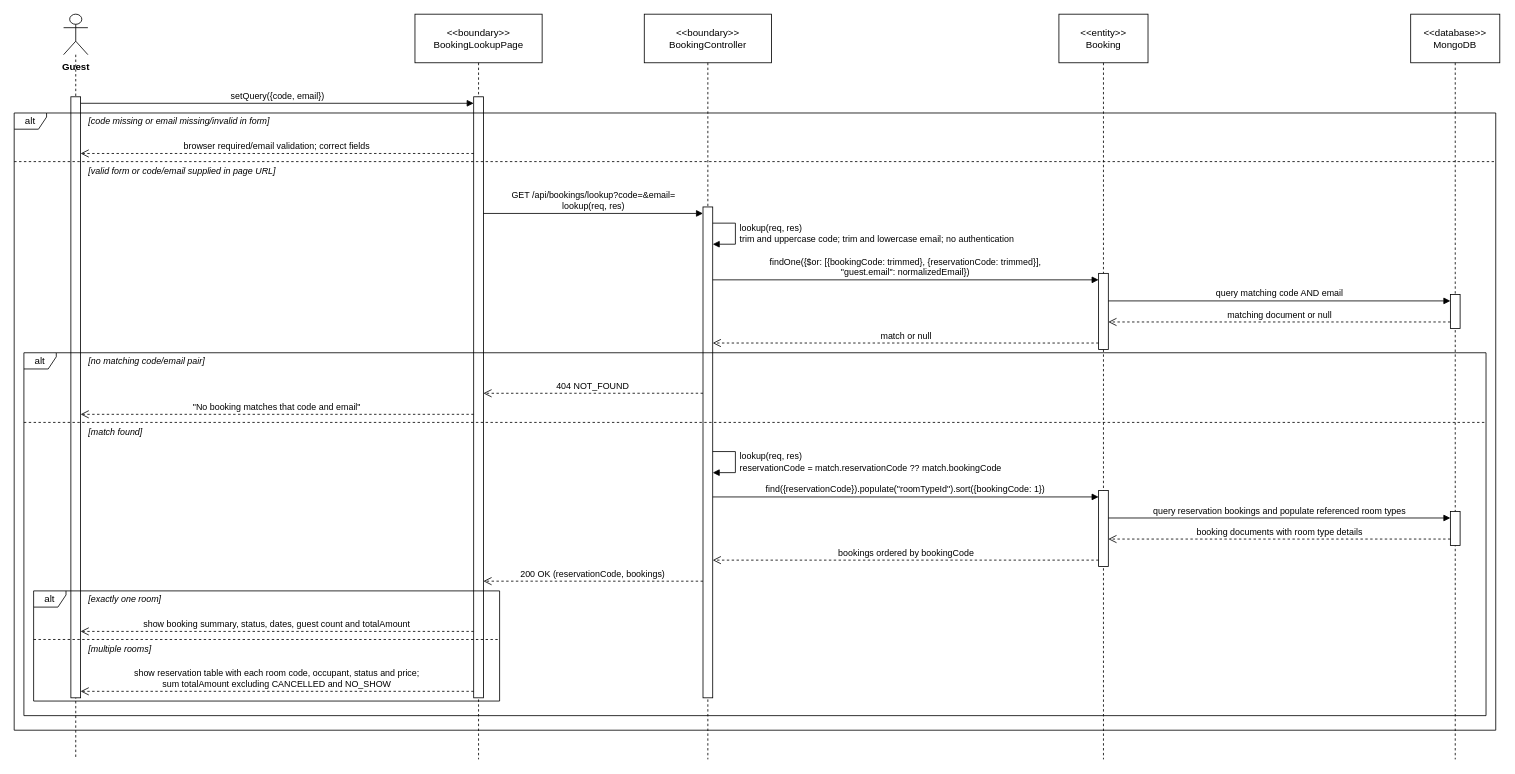
Before: final/diagrams/M3_Booking-And-Customer_Diagrams/sequence_diagrams/SD-12_UC-G13_CheckBookingStatus.drawio in toikobi401/SWD392, a draw.io diagram. Source tidied: cells renumbered, new cells numbered last; positions are measured from the earlier drawing's top-left corner, leaving out a move shared by most shapes. Both pictures are drawn from the tidied source at 81%, with x=0, y=0 at pixel (14, 14).
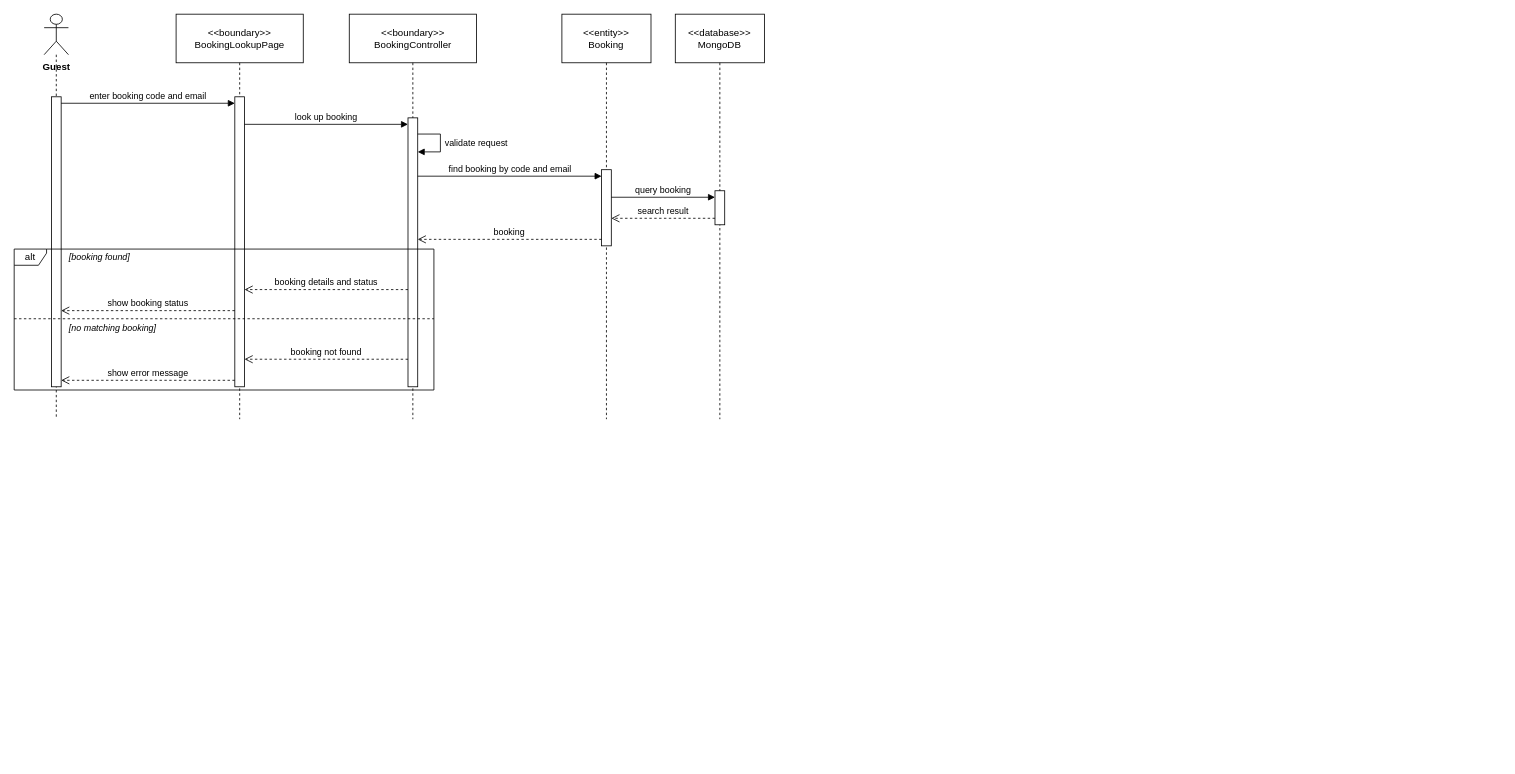
The same diagram, later.

What changed in the source:
```diff
@@
     <mxCell id="2" value="Guest" style="shape=umlLifeline;participant=umlActor;perimeter=lifelinePerimeter;whiteSpace=nowrap;html=1;verticalAlign=top;spacingTop=52;size=50;fontStyle=1;" parent="1" vertex="1">
-      <mxGeometry x="61" width="30" height="920" as="geometry" />
+      <mxGeometry x="37" width="30" height="500" as="geometry" />
     </mxCell>
     <mxCell id="3" value="&amp;lt;&amp;lt;boundary&amp;gt;&amp;gt;&lt;br&gt;BookingLookupPage" style="shape=umlLifeline;perimeter=lifelinePerimeter;whiteSpace=wrap;html=1;size=60;" parent="1" vertex="1">
-      <mxGeometry x="494.8" width="157" height="920" as="geometry" />
+      <mxGeometry x="199.9" width="157" height="500" as="geometry" />
     </mxCell>
     <mxCell id="4" value="&amp;lt;&amp;lt;boundary&amp;gt;&amp;gt;&lt;br&gt;BookingController" style="shape=umlLifeline;perimeter=lifelinePerimeter;whiteSpace=wrap;html=1;size=60;" parent="1" vertex="1">
-      <mxGeometry x="777.9" width="157" height="920" as="geometry" />
+      <mxGeometry x="413.7" width="157" height="500" as="geometry" />
     </mxCell>
     <mxCell id="5" value="&amp;lt;&amp;lt;entity&amp;gt;&amp;gt;&lt;br&gt;Booking" style="shape=umlLifeline;perimeter=lifelinePerimeter;whiteSpace=wrap;html=1;size=60;" parent="1" vertex="1">
-      <mxGeometry x="1289.8" width="110" height="920" as="geometry" />
+      <mxGeometry x="676.2" width="110" height="500" as="geometry" />
     </mxCell>
     <mxCell id="6" value="&amp;lt;&amp;lt;database&amp;gt;&amp;gt;&lt;br&gt;MongoDB" style="shape=umlLifeline;perimeter=lifelinePerimeter;whiteSpace=wrap;html=1;size=60;" parent="1" vertex="1">
-      <mxGeometry x="1724.1" width="110" height="920" as="geometry" />
+      <mxGeometry x="816.2" width="110" height="500" as="geometry" />
     </mxCell>
     <mxCell id="7" style="html=1;points=[];perimeter=orthogonalPerimeter;outlineConnect=0;targetShapes=umlLifeline;portConstraint=eastwest;" parent="6" vertex="1">
-      <mxGeometry x="49" y="346" width="12" height="42" as="geometry" />
+      <mxGeometry x="49" y="218" width="12" height="42" as="geometry" />
     </mxCell>
     <mxCell id="8" style="html=1;points=[];perimeter=orthogonalPerimeter;outlineConnect=0;targetShapes=umlLifeline;portConstraint=eastwest;" parent="5" vertex="1">
-      <mxGeometry x="49" y="320" width="12" height="94" as="geometry" />
+      <mxGeometry x="49" y="192" width="12" height="94" as="geometry" />
     </mxCell>
-    <mxCell id="9" style="html=1;points=[];perimeter=orthogonalPerimeter;outlineConnect=0;targetShapes=umlLifeline;portConstraint=eastwest;" parent="6" vertex="1">
-      <mxGeometry x="49" y="614" width="12" height="42" as="geometry" />
-    </mxCell>
-    <mxCell id="10" style="html=1;points=[];perimeter=orthogonalPerimeter;outlineConnect=0;targetShapes=umlLifeline;portConstraint=eastwest;" parent="5" vertex="1">
-      <mxGeometry x="49" y="588" width="12" height="94" as="geometry" />
-    </mxCell>
-    <mxCell id="11" style="html=1;points=[];perimeter=orthogonalPerimeter;outlineConnect=0;targetShapes=umlLifeline;portConstraint=eastwest;" parent="4" vertex="1">
-      <mxGeometry x="72.5" y="238" width="12" height="606" as="geometry" />
-    </mxCell>
-    <mxCell id="12" style="html=1;points=[];perimeter=orthogonalPerimeter;outlineConnect=0;targetShapes=umlLifeline;portConstraint=eastwest;" parent="3" vertex="1">
-      <mxGeometry x="72.5" y="102" width="12" height="742" as="geometry" />
-    </mxCell>
-    <mxCell id="13" style="html=1;points=[];perimeter=orthogonalPerimeter;outlineConnect=0;targetShapes=umlLifeline;portConstraint=eastwest;" parent="2" vertex="1">
-      <mxGeometry x="9" y="102" width="12" height="742" as="geometry" />
-    </mxCell>
+    <mxCell id="44" style="html=1;points=[];perimeter=orthogonalPerimeter;outlineConnect=0;targetShapes=umlLifeline;portConstraint=eastwest;" parent="4" vertex="1">
+      <mxGeometry x="72.5" y="128" width="12" height="332" as="geometry" />
+    </mxCell>
+    <mxCell id="45" style="html=1;points=[];perimeter=orthogonalPerimeter;outlineConnect=0;targetShapes=umlLifeline;portConstraint=eastwest;" parent="3" vertex="1">
+      <mxGeometry x="72.5" y="102" width="12" height="358" as="geometry" />
+    </mxCell>
+    <mxCell id="46" style="html=1;points=[];perimeter=orthogonalPerimeter;outlineConnect=0;targetShapes=umlLifeline;portConstraint=eastwest;" parent="2" vertex="1">
+      <mxGeometry x="9" y="102" width="12" height="358" as="geometry" />
+    </mxCell>
     <mxCell id="14" value="alt" style="shape=umlFrame;whiteSpace=wrap;html=1;width=40;height=20;" parent="1" vertex="1">
-      <mxGeometry y="122" width="1829.1" height="762" as="geometry" />
+      <mxGeometry y="290" width="518.2" height="174" as="geometry" />
     </mxCell>
     <mxCell id="15" style="endArrow=none;dashed=1;html=1;rounded=0;" parent="1" edge="1">
       <mxGeometry relative="1" as="geometry">
-        <mxPoint y="182" as="sourcePoint" />
-        <mxPoint x="1829.1" y="182" as="targetPoint" />
+        <mxPoint y="376" as="sourcePoint" />
+        <mxPoint x="518.2" y="376" as="targetPoint" />
       </mxGeometry>
     </mxCell>
-    <mxCell id="16" value="[code missing or email missing/invalid in form]" style="text;html=1;align=left;verticalAlign=middle;whiteSpace=nowrap;fontSize=11;fontStyle=2;labelBackgroundColor=#ffffff;" parent="1" vertex="1">
-      <mxGeometry x="90" y="122" width="295.5" height="20" as="geometry" />
+    <mxCell id="16" value="[booking found]" style="text;html=1;align=left;verticalAlign=middle;whiteSpace=nowrap;fontSize=11;fontStyle=2;labelBackgroundColor=#ffffff;" parent="1" vertex="1">
+      <mxGeometry x="66" y="290" width="93.9" height="20" as="geometry" />
     </mxCell>
-    <mxCell id="17" value="[valid form or code/email supplied in page URL]" style="text;html=1;align=left;verticalAlign=middle;whiteSpace=nowrap;fontSize=11;fontStyle=2;labelBackgroundColor=#ffffff;" parent="1" vertex="1">
-      <mxGeometry x="90" y="184" width="295.5" height="20" as="geometry" />
+    <mxCell id="17" value="[no matching booking]" style="text;html=1;align=left;verticalAlign=middle;whiteSpace=nowrap;fontSize=11;fontStyle=2;labelBackgroundColor=#ffffff;" parent="1" vertex="1">
+      <mxGeometry x="66" y="378" width="131.7" height="20" as="geometry" />
     </mxCell>
-    <mxCell id="18" value="alt" style="shape=umlFrame;whiteSpace=wrap;html=1;width=40;height=20;" parent="1" vertex="1">
-      <mxGeometry x="12" y="418" width="1805.1" height="448" as="geometry" />
-    </mxCell>
-    <mxCell id="19" style="endArrow=none;dashed=1;html=1;rounded=0;" parent="1" edge="1">
-      <mxGeometry relative="1" as="geometry">
-        <mxPoint x="12" y="504" as="sourcePoint" />
-        <mxPoint x="1817.1" y="504" as="targetPoint" />
-      </mxGeometry>
-    </mxCell>
-    <mxCell id="20" value="[no matching code/email pair]" style="text;html=1;align=left;verticalAlign=middle;whiteSpace=nowrap;fontSize=11;fontStyle=2;labelBackgroundColor=#ffffff;" parent="1" vertex="1">
-      <mxGeometry x="90" y="418" width="182.1" height="20" as="geometry" />
-    </mxCell>
-    <mxCell id="21" value="[match found]" style="text;html=1;align=left;verticalAlign=middle;whiteSpace=nowrap;fontSize=11;fontStyle=2;labelBackgroundColor=#ffffff;" parent="1" vertex="1">
-      <mxGeometry x="90" y="506" width="81.3" height="20" as="geometry" />
-    </mxCell>
-    <mxCell id="22" value="alt" style="shape=umlFrame;whiteSpace=wrap;html=1;width=40;height=20;" parent="1" vertex="1">
-      <mxGeometry x="24" y="712" width="575.3" height="136" as="geometry" />
-    </mxCell>
-    <mxCell id="23" style="endArrow=none;dashed=1;html=1;rounded=0;" parent="1" edge="1">
-      <mxGeometry relative="1" as="geometry">
-        <mxPoint x="24" y="772" as="sourcePoint" />
-        <mxPoint x="599.3" y="772" as="targetPoint" />
-      </mxGeometry>
-    </mxCell>
-    <mxCell id="24" value="[exactly one room]" style="text;html=1;align=left;verticalAlign=middle;whiteSpace=nowrap;fontSize=11;fontStyle=2;labelBackgroundColor=#ffffff;" parent="1" vertex="1">
-      <mxGeometry x="90" y="712" width="112.8" height="20" as="geometry" />
-    </mxCell>
-    <mxCell id="25" value="[multiple rooms]" style="text;html=1;align=left;verticalAlign=middle;whiteSpace=nowrap;fontSize=11;fontStyle=2;labelBackgroundColor=#ffffff;" parent="1" vertex="1">
-      <mxGeometry x="90" y="774" width="100.2" height="20" as="geometry" />
-    </mxCell>
-    <mxCell id="26" value="setQuery({code, email})" style="html=1;verticalAlign=bottom;rounded=0;fontSize=11;endArrow=block;endFill=1;exitX=1;exitY=0.0108;exitDx=0;exitDy=0;exitPerimeter=0;entryX=0;entryY=0.0108;entryDx=0;entryDy=0;entryPerimeter=0;" parent="1" edge="1" source="13" target="12">
+    <mxCell id="26" value="enter booking code and email" style="html=1;verticalAlign=bottom;rounded=0;fontSize=11;endArrow=block;endFill=1;exitX=1;exitY=0.0223;exitDx=0;exitDy=0;exitPerimeter=0;entryX=0;entryY=0.0223;entryDx=0;entryDy=0;entryPerimeter=0;" parent="1" edge="1" source="46" target="45">
       <mxGeometry relative="1" as="geometry" />
     </mxCell>
-    <mxCell id="27" value="browser required/email validation; correct fields" style="html=1;verticalAlign=bottom;rounded=0;fontSize=11;dashed=1;endArrow=open;endSize=8;exitX=0;exitY=0.0943;exitDx=0;exitDy=0;exitPerimeter=0;entryX=1;entryY=0.0943;entryDx=0;entryDy=0;entryPerimeter=0;" parent="1" edge="1" source="12" target="13">
+    <mxCell id="27" value="look up booking" style="html=1;verticalAlign=bottom;rounded=0;fontSize=11;endArrow=block;endFill=1;exitX=1;exitY=0.095;exitDx=0;exitDy=0;exitPerimeter=0;entryX=0;entryY=0.0241;entryDx=0;entryDy=0;entryPerimeter=0;" parent="1" edge="1" source="45" target="44">
       <mxGeometry relative="1" as="geometry" />
     </mxCell>
-    <mxCell id="28" value="GET /api/bookings/lookup?code=&amp;amp;email=&lt;br&gt;lookup(req, res)" style="html=1;verticalAlign=bottom;rounded=0;fontSize=11;endArrow=block;endFill=1;exitX=1;exitY=0.1941;exitDx=0;exitDy=0;exitPerimeter=0;entryX=0;entryY=0.0132;entryDx=0;entryDy=0;entryPerimeter=0;" parent="1" edge="1" source="12" target="11">
-      <mxGeometry relative="1" as="geometry" />
+    <mxCell id="28" value="validate request" style="html=1;align=left;spacingLeft=4;verticalAlign=middle;endArrow=block;endFill=1;rounded=0;fontSize=11;exitX=1;exitY=0.0602;exitDx=0;exitDy=0;exitPerimeter=0;entryX=1;entryY=0.1265;entryDx=0;entryDy=0;entryPerimeter=0;" parent="1" edge="1" source="44" target="44">
+      <mxGeometry relative="1" as="geometry">
+        <Array as="points">
+          <mxPoint x="526.2" y="148" />
+          <mxPoint x="526.2" y="170" />
+        </Array>
+      </mxGeometry>
     </mxCell>
-    <mxCell id="29" value="lookup(req, res)&lt;br&gt;trim and uppercase code; trim and lowercase email; no authentication" style="html=1;align=left;spacingLeft=4;verticalAlign=middle;endArrow=block;endFill=1;rounded=0;fontSize=11;exitX=1;exitY=0.033;exitDx=0;exitDy=0;exitPerimeter=0;entryX=1;entryY=0.0759;entryDx=0;entryDy=0;entryPerimeter=0;" parent="1" edge="1" source="11" target="11">
-      <mxGeometry relative="1" as="geometry">
-        <Array as="points">
-          <mxPoint x="890.4" y="258" />
-          <mxPoint x="890.4" y="284" />
-        </Array>
-      </mxGeometry>
+    <mxCell id="29" value="find booking by code and email" style="html=1;verticalAlign=bottom;rounded=0;fontSize=11;endArrow=block;endFill=1;exitX=1;exitY=0.2169;exitDx=0;exitDy=0;exitPerimeter=0;entryX=0;entryY=0.0851;entryDx=0;entryDy=0;entryPerimeter=0;" parent="1" edge="1" source="44" target="8">
+      <mxGeometry relative="1" as="geometry" />
     </mxCell>
-    <mxCell id="30" value="findOne({$or: [{bookingCode: trimmed}, {reservationCode: trimmed}],&lt;br&gt;&quot;guest.email&quot;: normalizedEmail})" style="html=1;verticalAlign=bottom;rounded=0;fontSize=11;endArrow=block;endFill=1;exitX=1;exitY=0.1485;exitDx=0;exitDy=0;exitPerimeter=0;entryX=0;entryY=0.0851;entryDx=0;entryDy=0;entryPerimeter=0;" parent="1" edge="1" source="11" target="8">
+    <mxCell id="30" value="query booking" style="html=1;verticalAlign=bottom;rounded=0;fontSize=11;endArrow=block;endFill=1;exitX=1;exitY=0.3617;exitDx=0;exitDy=0;exitPerimeter=0;entryX=0;entryY=0.1905;entryDx=0;entryDy=0;entryPerimeter=0;" parent="1" edge="1" source="8" target="7">
       <mxGeometry relative="1" as="geometry" />
     </mxCell>
-    <mxCell id="31" value="query matching code AND email" style="html=1;verticalAlign=bottom;rounded=0;fontSize=11;endArrow=block;endFill=1;exitX=1;exitY=0.3617;exitDx=0;exitDy=0;exitPerimeter=0;entryX=0;entryY=0.1905;entryDx=0;entryDy=0;entryPerimeter=0;" parent="1" edge="1" source="8" target="7">
+    <mxCell id="31" value="search result" style="html=1;verticalAlign=bottom;rounded=0;fontSize=11;dashed=1;endArrow=open;endSize=8;exitX=0;exitY=0.8095;exitDx=0;exitDy=0;exitPerimeter=0;entryX=1;entryY=0.6383;entryDx=0;entryDy=0;entryPerimeter=0;" parent="1" edge="1" source="7" target="8">
       <mxGeometry relative="1" as="geometry" />
     </mxCell>
-    <mxCell id="32" value="matching document or null" style="html=1;verticalAlign=bottom;rounded=0;fontSize=11;dashed=1;endArrow=open;endSize=8;exitX=0;exitY=0.8095;exitDx=0;exitDy=0;exitPerimeter=0;entryX=1;entryY=0.6383;entryDx=0;entryDy=0;entryPerimeter=0;" parent="1" edge="1" source="7" target="8">
+    <mxCell id="32" value="booking" style="html=1;verticalAlign=bottom;rounded=0;fontSize=11;dashed=1;endArrow=open;endSize=8;exitX=0;exitY=0.9149;exitDx=0;exitDy=0;exitPerimeter=0;entryX=1;entryY=0.4518;entryDx=0;entryDy=0;entryPerimeter=0;" parent="1" edge="1" source="8" target="44">
       <mxGeometry relative="1" as="geometry" />
     </mxCell>
-    <mxCell id="33" value="match or null" style="html=1;verticalAlign=bottom;rounded=0;fontSize=11;dashed=1;endArrow=open;endSize=8;exitX=0;exitY=0.9149;exitDx=0;exitDy=0;exitPerimeter=0;entryX=1;entryY=0.2772;entryDx=0;entryDy=0;entryPerimeter=0;" parent="1" edge="1" source="8" target="11">
+    <mxCell id="33" value="booking details and status" style="html=1;verticalAlign=bottom;rounded=0;fontSize=11;dashed=1;endArrow=open;endSize=8;exitX=0;exitY=0.6386;exitDx=0;exitDy=0;exitPerimeter=0;entryX=1;entryY=0.6648;entryDx=0;entryDy=0;entryPerimeter=0;" parent="1" edge="1" source="44" target="45">
       <mxGeometry relative="1" as="geometry" />
     </mxCell>
-    <mxCell id="34" value="404 NOT_FOUND" style="html=1;verticalAlign=bottom;rounded=0;fontSize=11;dashed=1;endArrow=open;endSize=8;exitX=0;exitY=0.3795;exitDx=0;exitDy=0;exitPerimeter=0;entryX=1;entryY=0.4933;entryDx=0;entryDy=0;entryPerimeter=0;" parent="1" edge="1" source="11" target="12">
+    <mxCell id="34" value="show booking status" style="html=1;verticalAlign=bottom;rounded=0;fontSize=11;dashed=1;endArrow=open;endSize=8;exitX=0;exitY=0.7374;exitDx=0;exitDy=0;exitPerimeter=0;entryX=1;entryY=0.7374;entryDx=0;entryDy=0;entryPerimeter=0;" parent="1" edge="1" source="45" target="46">
       <mxGeometry relative="1" as="geometry" />
     </mxCell>
-    <mxCell id="35" value="&quot;No booking matches that code and email&quot;" style="html=1;verticalAlign=bottom;rounded=0;fontSize=11;dashed=1;endArrow=open;endSize=8;exitX=0;exitY=0.5283;exitDx=0;exitDy=0;exitPerimeter=0;entryX=1;entryY=0.5283;entryDx=0;entryDy=0;entryPerimeter=0;" parent="1" edge="1" source="12" target="13">
+    <mxCell id="35" value="booking not found" style="html=1;verticalAlign=bottom;rounded=0;fontSize=11;dashed=1;endArrow=open;endSize=8;exitX=0;exitY=0.8976;exitDx=0;exitDy=0;exitPerimeter=0;entryX=1;entryY=0.905;entryDx=0;entryDy=0;entryPerimeter=0;" parent="1" edge="1" source="44" target="45">
       <mxGeometry relative="1" as="geometry" />
     </mxCell>
-    <mxCell id="36" value="lookup(req, res)&lt;br&gt;reservationCode = match.reservationCode ?? match.bookingCode" style="html=1;align=left;spacingLeft=4;verticalAlign=middle;endArrow=block;endFill=1;rounded=0;fontSize=11;exitX=1;exitY=0.4983;exitDx=0;exitDy=0;exitPerimeter=0;entryX=1;entryY=0.5413;entryDx=0;entryDy=0;entryPerimeter=0;" parent="1" edge="1" source="11" target="11">
-      <mxGeometry relative="1" as="geometry">
-        <Array as="points">
-          <mxPoint x="890.4" y="540" />
-          <mxPoint x="890.4" y="566" />
-        </Array>
-      </mxGeometry>
+    <mxCell id="36" value="show error message" style="html=1;verticalAlign=bottom;rounded=0;fontSize=11;dashed=1;endArrow=open;endSize=8;exitX=0;exitY=0.9777;exitDx=0;exitDy=0;exitPerimeter=0;entryX=1;entryY=0.9777;entryDx=0;entryDy=0;entryPerimeter=0;" parent="1" edge="1" source="45" target="46">
+      <mxGeometry relative="1" as="geometry" />
     </mxCell>
-    <mxCell id="37" value="find({reservationCode}).populate(&quot;roomTypeId&quot;).sort({bookingCode: 1})" style="html=1;verticalAlign=bottom;rounded=0;fontSize=11;endArrow=block;endFill=1;exitX=1;exitY=0.5908;exitDx=0;exitDy=0;exitPerimeter=0;entryX=0;entryY=0.0851;entryDx=0;entryDy=0;entryPerimeter=0;" parent="1" edge="1" source="11" target="10">
-      <mxGeometry relative="1" as="geometry" />
-    </mxCell>
-    <mxCell id="38" value="query reservation bookings and populate referenced room types" style="html=1;verticalAlign=bottom;rounded=0;fontSize=11;endArrow=block;endFill=1;exitX=1;exitY=0.3617;exitDx=0;exitDy=0;exitPerimeter=0;entryX=0;entryY=0.1905;entryDx=0;entryDy=0;entryPerimeter=0;" parent="1" edge="1" source="10" target="9">
-      <mxGeometry relative="1" as="geometry" />
-    </mxCell>
-    <mxCell id="39" value="booking documents with room type details" style="html=1;verticalAlign=bottom;rounded=0;fontSize=11;dashed=1;endArrow=open;endSize=8;exitX=0;exitY=0.8095;exitDx=0;exitDy=0;exitPerimeter=0;entryX=1;entryY=0.6383;entryDx=0;entryDy=0;entryPerimeter=0;" parent="1" edge="1" source="9" target="10">
-      <mxGeometry relative="1" as="geometry" />
-    </mxCell>
-    <mxCell id="40" value="bookings ordered by bookingCode" style="html=1;verticalAlign=bottom;rounded=0;fontSize=11;dashed=1;endArrow=open;endSize=8;exitX=0;exitY=0.9149;exitDx=0;exitDy=0;exitPerimeter=0;entryX=1;entryY=0.7195;entryDx=0;entryDy=0;entryPerimeter=0;" parent="1" edge="1" source="10" target="11">
-      <mxGeometry relative="1" as="geometry" />
-    </mxCell>
-    <mxCell id="41" value="200 OK (reservationCode, bookings)" style="html=1;verticalAlign=bottom;rounded=0;fontSize=11;dashed=1;endArrow=open;endSize=8;exitX=0;exitY=0.7624;exitDx=0;exitDy=0;exitPerimeter=0;entryX=1;entryY=0.8059;entryDx=0;entryDy=0;entryPerimeter=0;" parent="1" edge="1" source="11" target="12">
-      <mxGeometry relative="1" as="geometry" />
-    </mxCell>
-    <mxCell id="42" value="show booking summary, status, dates, guest count and totalAmount" style="html=1;verticalAlign=bottom;rounded=0;fontSize=11;dashed=1;endArrow=open;endSize=8;exitX=0;exitY=0.8895;exitDx=0;exitDy=0;exitPerimeter=0;entryX=1;entryY=0.8895;entryDx=0;entryDy=0;entryPerimeter=0;" parent="1" edge="1" source="12" target="13">
-      <mxGeometry relative="1" as="geometry" />
-    </mxCell>
-    <mxCell id="43" value="show reservation table with each room code, occupant, status and price;&lt;br&gt;sum totalAmount excluding CANCELLED and NO_SHOW" style="html=1;verticalAlign=bottom;rounded=0;fontSize=11;dashed=1;endArrow=open;endSize=8;exitX=0;exitY=0.9892;exitDx=0;exitDy=0;exitPerimeter=0;entryX=1;entryY=0.9892;entryDx=0;entryDy=0;entryPerimeter=0;" parent="1" edge="1" source="12" target="13">
-      <mxGeometry relative="1" as="geometry" />
-    </mxCell>
```
